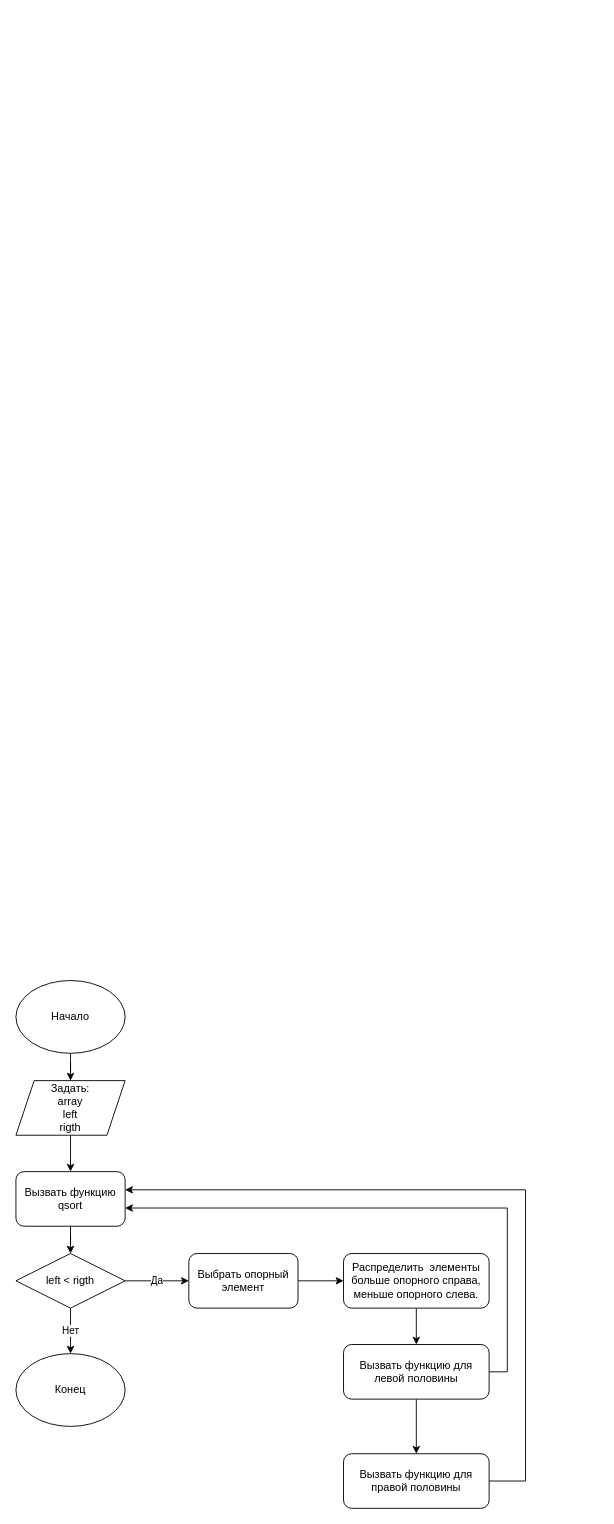
Earlier version of the draw.io diagram page "Блоксхема" (1 of 4) of Лекции/2023/2/Материалы/схемы.drawio (MUCTR-IKT-CPP/algorithms-2cpp). Source tidied: cells renumbered, new cells numbered last; positions are measured from the earlier drawing's top-left corner, leaving out a move shared by most shapes. Both pictures are drawn from the tidied source at 91%, with x=0, y=0 at pixel (15, 980).
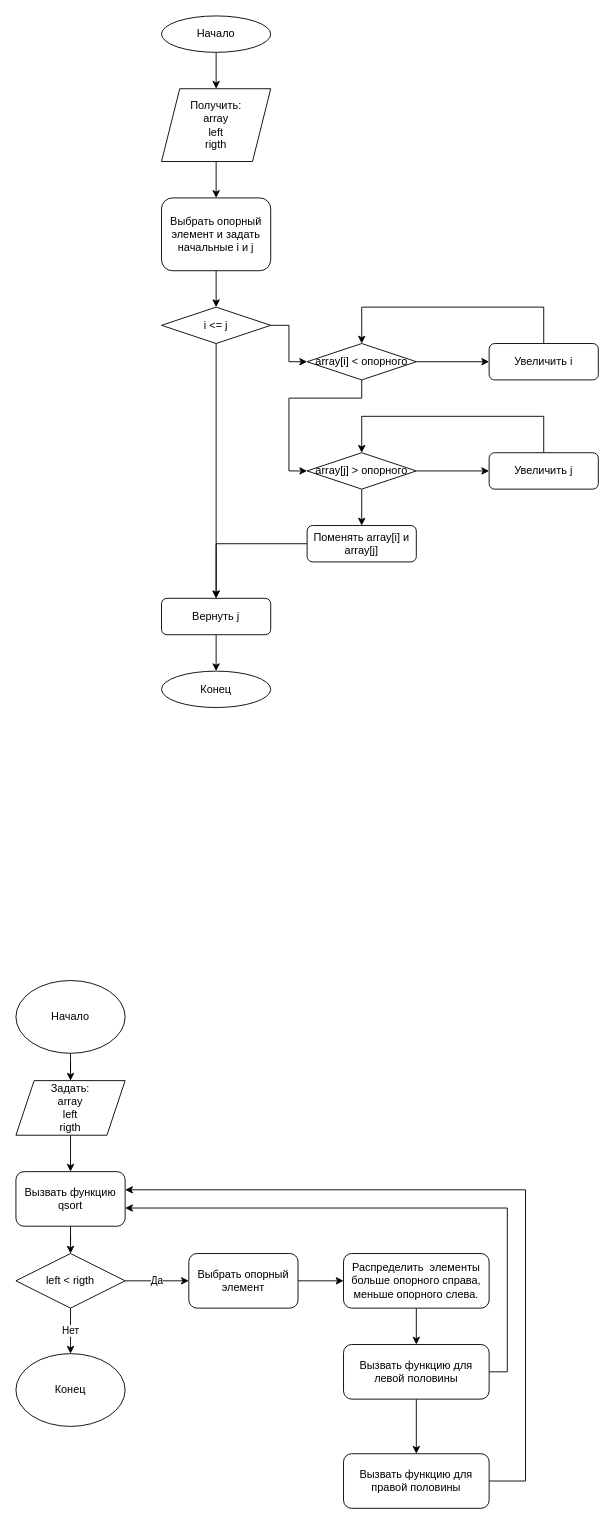
After the change.

Change to the diagram source:
```diff
@@
+    <mxCell id="21" style="edgeStyle=orthogonalEdgeStyle;rounded=0;jettySize=auto;html=1;" parent="1" edge="1" source="22" target="24">
+      <mxGeometry relative="1" as="geometry" />
+    </mxCell>
+    <mxCell id="22" value="Начало" style="ellipse;whiteSpace=wrap;html=1;" parent="1" vertex="1">
+      <mxGeometry x="160" y="-1060" width="120" height="40" as="geometry" />
+    </mxCell>
+    <mxCell id="23" style="edgeStyle=orthogonalEdgeStyle;rounded=0;jettySize=auto;html=1;" parent="1" edge="1" source="24" target="26">
+      <mxGeometry relative="1" as="geometry" />
+    </mxCell>
+    <mxCell id="24" value="Получить: &lt;br&gt;array&lt;br&gt;left&lt;br&gt;rigth" style="shape=parallelogram;perimeter=parallelogramPerimeter;whiteSpace=wrap;html=1;fixedSize=1;" parent="1" vertex="1">
+      <mxGeometry x="160" y="-980" width="120" height="80" as="geometry" />
+    </mxCell>
+    <mxCell id="25" style="edgeStyle=orthogonalEdgeStyle;rounded=0;jettySize=auto;html=1;" parent="1" edge="1" source="26" target="31">
+      <mxGeometry relative="1" as="geometry" />
+    </mxCell>
+    <mxCell id="26" value="Выбрать опорный элемент и задать начальные i и j" style="rounded=1;whiteSpace=wrap;html=1;" parent="1" vertex="1">
+      <mxGeometry x="160" y="-860" width="120" height="80" as="geometry" />
+    </mxCell>
+    <mxCell id="27" style="edgeStyle=orthogonalEdgeStyle;rounded=0;jettySize=auto;html=1;" parent="1" edge="1" source="28" target="34">
+      <mxGeometry relative="1" as="geometry">
+        <Array as="points">
+          <mxPoint x="580" y="-740" />
+          <mxPoint x="380" y="-740" />
+        </Array>
+      </mxGeometry>
+    </mxCell>
+    <mxCell id="28" value="Увеличить i" style="rounded=1;whiteSpace=wrap;html=1;" parent="1" vertex="1">
+      <mxGeometry x="520" y="-700" width="120" height="40" as="geometry" />
+    </mxCell>
+    <mxCell id="29" style="edgeStyle=orthogonalEdgeStyle;rounded=0;jettySize=auto;html=1;entryX=0;entryY=0.5;entryDx=0;entryDy=0;" parent="1" edge="1" source="31" target="34">
+      <mxGeometry relative="1" as="geometry" />
+    </mxCell>
+    <mxCell id="30" style="edgeStyle=orthogonalEdgeStyle;rounded=0;jettySize=auto;html=1;" parent="1" edge="1" source="31" target="43">
+      <mxGeometry relative="1" as="geometry" />
+    </mxCell>
+    <mxCell id="31" value="i &amp;lt;= j" style="rhombus;whiteSpace=wrap;html=1;" parent="1" vertex="1">
+      <mxGeometry x="160" y="-740" width="120" height="40" as="geometry" />
+    </mxCell>
+    <mxCell id="32" style="edgeStyle=orthogonalEdgeStyle;rounded=0;jettySize=auto;html=1;" parent="1" edge="1" source="34" target="28">
+      <mxGeometry relative="1" as="geometry" />
+    </mxCell>
+    <mxCell id="33" style="edgeStyle=orthogonalEdgeStyle;rounded=0;jettySize=auto;html=1;entryX=0;entryY=0.5;entryDx=0;entryDy=0;" parent="1" edge="1" source="34" target="37">
+      <mxGeometry relative="1" as="geometry">
+        <Array as="points">
+          <mxPoint x="380" y="-640" />
+          <mxPoint x="300" y="-640" />
+          <mxPoint x="300" y="-560" />
+        </Array>
+      </mxGeometry>
+    </mxCell>
+    <mxCell id="34" value="array[i] &amp;lt; опорного" style="rhombus;whiteSpace=wrap;html=1;" parent="1" vertex="1">
+      <mxGeometry x="320" y="-700" width="120" height="40" as="geometry" />
+    </mxCell>
+    <mxCell id="35" style="edgeStyle=orthogonalEdgeStyle;rounded=0;jettySize=auto;html=1;" parent="1" edge="1" source="37" target="39">
+      <mxGeometry relative="1" as="geometry" />
+    </mxCell>
+    <mxCell id="36" style="edgeStyle=orthogonalEdgeStyle;rounded=0;jettySize=auto;html=1;" parent="1" edge="1" source="37" target="41">
+      <mxGeometry relative="1" as="geometry" />
+    </mxCell>
+    <mxCell id="37" value="array[j] &amp;gt; опорного" style="rhombus;whiteSpace=wrap;html=1;" parent="1" vertex="1">
+      <mxGeometry x="320" y="-580" width="120" height="40" as="geometry" />
+    </mxCell>
+    <mxCell id="38" style="edgeStyle=orthogonalEdgeStyle;rounded=0;jettySize=auto;html=1;" parent="1" edge="1" source="39" target="37">
+      <mxGeometry relative="1" as="geometry">
+        <Array as="points">
+          <mxPoint x="580" y="-620" />
+          <mxPoint x="380" y="-620" />
+        </Array>
+      </mxGeometry>
+    </mxCell>
+    <mxCell id="39" value="Увеличить j" style="rounded=1;whiteSpace=wrap;html=1;" parent="1" vertex="1">
+      <mxGeometry x="520" y="-580" width="120" height="40" as="geometry" />
+    </mxCell>
+    <mxCell id="40" style="edgeStyle=orthogonalEdgeStyle;rounded=0;jettySize=auto;html=1;" parent="1" edge="1" source="41" target="43">
+      <mxGeometry relative="1" as="geometry" />
+    </mxCell>
+    <mxCell id="41" value="Поменять array[i] и array[j]" style="rounded=1;whiteSpace=wrap;html=1;" parent="1" vertex="1">
+      <mxGeometry x="320" y="-500" width="120" height="40" as="geometry" />
+    </mxCell>
+    <mxCell id="42" style="edgeStyle=orthogonalEdgeStyle;rounded=0;jettySize=auto;html=1;entryX=0.5;entryY=0;entryDx=0;entryDy=0;" parent="1" edge="1" source="43" target="44">
+      <mxGeometry relative="1" as="geometry" />
+    </mxCell>
+    <mxCell id="43" value="Вернуть j" style="rounded=1;whiteSpace=wrap;html=1;" parent="1" vertex="1">
+      <mxGeometry x="160" y="-420" width="120" height="40" as="geometry" />
+    </mxCell>
+    <mxCell id="44" value="Конец" style="ellipse;whiteSpace=wrap;html=1;" parent="1" vertex="1">
+      <mxGeometry x="160" y="-340" width="120" height="40" as="geometry" />
+    </mxCell>
```
